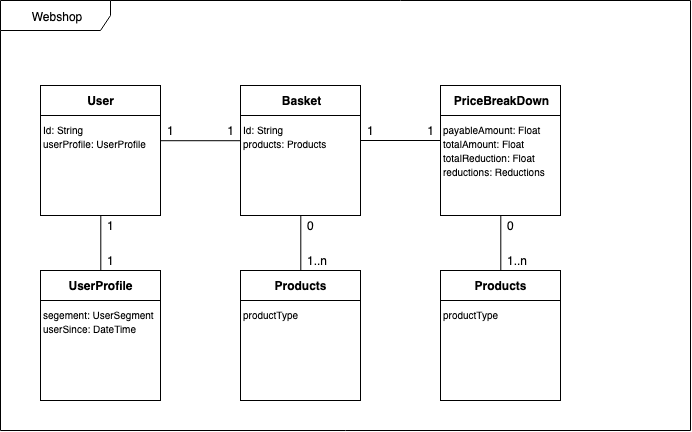
The draw.io diagram docs/img/class-diagram.png in plaenen/code-sample, before a commit. Source tidied: cells renumbered, new cells last; positions are measured from the earlier drawing's top-left corner, leaving out a move shared by most shapes. Source of this version:
```xml
<mxGraphModel>
  <root>
    <mxCell id="0" />
    <mxCell id="1" parent="0" />
    <mxCell id="2" value="Webshop" style="shape=umlFrame;whiteSpace=wrap;html=1;width=110;height=30;" parent="1" vertex="1">
      <mxGeometry width="690" height="430" as="geometry" />
    </mxCell>
    <mxCell id="3" style="group;" parent="1" vertex="1">
      <mxGeometry x="40" y="85" width="120" height="130" as="geometry" />
    </mxCell>
    <mxCell id="4" value="User" style="rounded=0;whiteSpace=wrap;html=1;fontStyle=1;" parent="3" vertex="1">
      <mxGeometry width="120" height="30" as="geometry" />
    </mxCell>
    <mxCell id="5" value="&lt;span style=&quot;font-weight: normal&quot;&gt;&lt;font style=&quot;font-size: 10px&quot;&gt;Id: String&lt;br&gt;userProfile: UserProfile&lt;/font&gt;&lt;br&gt;&lt;/span&gt;" style="rounded=0;whiteSpace=wrap;html=1;fontStyle=1;verticalAlign=top;align=left;" parent="3" vertex="1">
      <mxGeometry y="30" width="120" height="100" as="geometry" />
    </mxCell>
    <mxCell id="6" style="group;" parent="1" vertex="1">
      <mxGeometry x="240" y="85" width="120" height="130" as="geometry" />
    </mxCell>
    <mxCell id="7" value="Basket" style="rounded=0;whiteSpace=wrap;html=1;fontStyle=1;" parent="6" vertex="1">
      <mxGeometry width="120" height="30" as="geometry" />
    </mxCell>
    <mxCell id="8" value="&lt;span style=&quot;font-weight: normal&quot;&gt;&lt;font style=&quot;font-size: 10px&quot;&gt;Id: String&lt;br&gt;products: Products&amp;nbsp;&lt;/font&gt;&lt;br&gt;&lt;/span&gt;" style="rounded=0;whiteSpace=wrap;html=1;fontStyle=1;verticalAlign=top;align=left;" parent="6" vertex="1">
      <mxGeometry y="30" width="120" height="100" as="geometry" />
    </mxCell>
    <mxCell id="9" style="group;" parent="1" vertex="1">
      <mxGeometry x="240" y="270" width="120" height="130" as="geometry" />
    </mxCell>
    <mxCell id="10" value="Products" style="rounded=0;whiteSpace=wrap;html=1;fontStyle=1;" parent="9" vertex="1">
      <mxGeometry width="120" height="30" as="geometry" />
    </mxCell>
    <mxCell id="11" value="&lt;span style=&quot;font-weight: normal&quot;&gt;&lt;font style=&quot;font-size: 10px&quot;&gt;productType&lt;/font&gt;&lt;br&gt;&lt;/span&gt;" style="rounded=0;whiteSpace=wrap;html=1;fontStyle=1;verticalAlign=top;align=left;" parent="9" vertex="1">
      <mxGeometry y="30" width="120" height="100" as="geometry" />
    </mxCell>
    <mxCell id="12" style="edgeStyle=orthogonalEdgeStyle;rounded=0;jettySize=auto;html=1;exitX=0.5;exitY=1;exitDx=0;exitDy=0;entryX=0.5;entryY=0;entryDx=0;entryDy=0;endArrow=none;endFill=0;" parent="1" edge="1" source="8" target="10">
      <mxGeometry relative="1" as="geometry" />
    </mxCell>
    <mxCell id="13" value="1" style="text;html=1;strokeColor=none;fillColor=none;align=left;verticalAlign=middle;whiteSpace=wrap;rounded=0;" parent="1" vertex="1">
      <mxGeometry x="165" y="120" width="20" height="20" as="geometry" />
    </mxCell>
    <mxCell id="14" value="1..n" style="text;html=1;strokeColor=none;fillColor=none;align=left;verticalAlign=middle;whiteSpace=wrap;rounded=0;" parent="1" vertex="1">
      <mxGeometry x="305" y="250" width="30" height="20" as="geometry" />
    </mxCell>
    <mxCell id="15" style="edgeStyle=orthogonalEdgeStyle;rounded=0;jettySize=auto;html=1;exitX=1;exitY=0.25;exitDx=0;exitDy=0;entryX=0;entryY=0.25;entryDx=0;entryDy=0;endArrow=none;endFill=0;" parent="1" edge="1" source="5" target="8">
      <mxGeometry relative="1" as="geometry" />
    </mxCell>
    <mxCell id="16" value="1" style="text;html=1;strokeColor=none;fillColor=none;align=right;verticalAlign=middle;whiteSpace=wrap;rounded=0;" parent="1" vertex="1">
      <mxGeometry x="215" y="120" width="20" height="20" as="geometry" />
    </mxCell>
    <mxCell id="17" style="group;" parent="1" vertex="1">
      <mxGeometry x="40" y="270" width="120" height="130" as="geometry" />
    </mxCell>
    <mxCell id="18" value="UserProfile" style="rounded=0;whiteSpace=wrap;html=1;fontStyle=1;" parent="17" vertex="1">
      <mxGeometry width="120" height="30" as="geometry" />
    </mxCell>
    <mxCell id="19" value="&lt;span style=&quot;font-weight: normal&quot;&gt;&lt;font style=&quot;font-size: 10px&quot;&gt;segement: UserSegment&lt;br&gt;userSince: DateTime&lt;br&gt;&lt;/font&gt;&lt;/span&gt;" style="rounded=0;whiteSpace=wrap;html=1;fontStyle=1;verticalAlign=top;align=left;" parent="17" vertex="1">
      <mxGeometry y="30" width="120" height="100" as="geometry" />
    </mxCell>
    <mxCell id="20" style="edgeStyle=orthogonalEdgeStyle;rounded=0;jettySize=auto;html=1;exitX=0.5;exitY=1;exitDx=0;exitDy=0;entryX=0.5;entryY=0;entryDx=0;entryDy=0;endArrow=none;endFill=0;" parent="1" edge="1" source="5" target="18">
      <mxGeometry relative="1" as="geometry" />
    </mxCell>
    <mxCell id="21" value="1" style="text;html=1;strokeColor=none;fillColor=none;align=left;verticalAlign=middle;whiteSpace=wrap;rounded=0;" parent="1" vertex="1">
      <mxGeometry x="105" y="215" width="20" height="20" as="geometry" />
    </mxCell>
    <mxCell id="22" value="1" style="text;html=1;strokeColor=none;fillColor=none;align=left;verticalAlign=middle;whiteSpace=wrap;rounded=0;" parent="1" vertex="1">
      <mxGeometry x="105" y="250" width="20" height="20" as="geometry" />
    </mxCell>
    <mxCell id="23" value="0" style="text;html=1;strokeColor=none;fillColor=none;align=left;verticalAlign=middle;whiteSpace=wrap;rounded=0;" parent="1" vertex="1">
      <mxGeometry x="305" y="215" width="30" height="20" as="geometry" />
    </mxCell>
    <mxCell id="24" style="group;" parent="1" vertex="1">
      <mxGeometry x="440" y="85" width="120" height="130" as="geometry" />
    </mxCell>
    <mxCell id="25" value="PriceBreakDown" style="rounded=0;whiteSpace=wrap;html=1;fontStyle=1;" parent="24" vertex="1">
      <mxGeometry width="120" height="30" as="geometry" />
    </mxCell>
    <mxCell id="26" value="&lt;span style=&quot;font-weight: normal ; font-size: 10px&quot;&gt;&lt;span style=&quot;font-size: 10px&quot;&gt;payableAmount: Float&lt;br&gt;&lt;/span&gt;totalAmount: Float&lt;br&gt;totalReduction: Float&lt;br&gt;reductions: Reductions&lt;br&gt;&lt;/span&gt;" style="rounded=0;whiteSpace=wrap;html=1;fontStyle=1;verticalAlign=top;align=left;" parent="24" vertex="1">
      <mxGeometry y="30" width="120" height="100" as="geometry" />
    </mxCell>
    <mxCell id="27" value="1" style="text;html=1;strokeColor=none;fillColor=none;align=left;verticalAlign=middle;whiteSpace=wrap;rounded=0;" parent="1" vertex="1">
      <mxGeometry x="364.5" y="120" width="20" height="20" as="geometry" />
    </mxCell>
    <mxCell id="28" style="edgeStyle=orthogonalEdgeStyle;rounded=0;orthogonalLoop=1;jettySize=auto;html=1;exitX=1;exitY=0.25;exitDx=0;exitDy=0;entryX=0;entryY=0.25;entryDx=0;entryDy=0;endArrow=none;endFill=0;" parent="1" edge="1">
      <mxGeometry relative="1" as="geometry">
        <mxPoint x="359.8" y="140" as="sourcePoint" />
        <mxPoint x="439.8" y="140" as="targetPoint" />
      </mxGeometry>
    </mxCell>
    <mxCell id="29" value="1" style="text;html=1;strokeColor=none;fillColor=none;align=right;verticalAlign=middle;whiteSpace=wrap;rounded=0;" parent="1" vertex="1">
      <mxGeometry x="414.5" y="120" width="20" height="20" as="geometry" />
    </mxCell>
    <mxCell id="30" style="group;" parent="1" vertex="1">
      <mxGeometry x="440" y="270" width="120" height="130" as="geometry" />
    </mxCell>
    <mxCell id="31" value="Products" style="rounded=0;whiteSpace=wrap;html=1;fontStyle=1;" parent="30" vertex="1">
      <mxGeometry width="120" height="30" as="geometry" />
    </mxCell>
    <mxCell id="32" value="&lt;span style=&quot;font-weight: normal&quot;&gt;&lt;font style=&quot;font-size: 10px&quot;&gt;productType&lt;/font&gt;&lt;br&gt;&lt;/span&gt;" style="rounded=0;whiteSpace=wrap;html=1;fontStyle=1;verticalAlign=top;align=left;" parent="30" vertex="1">
      <mxGeometry y="30" width="120" height="100" as="geometry" />
    </mxCell>
    <mxCell id="33" value="1..n" style="text;html=1;strokeColor=none;fillColor=none;align=left;verticalAlign=middle;whiteSpace=wrap;rounded=0;" parent="1" vertex="1">
      <mxGeometry x="505" y="250" width="30" height="20" as="geometry" />
    </mxCell>
    <mxCell id="34" value="0" style="text;html=1;strokeColor=none;fillColor=none;align=left;verticalAlign=middle;whiteSpace=wrap;rounded=0;" parent="1" vertex="1">
      <mxGeometry x="505" y="215" width="30" height="20" as="geometry" />
    </mxCell>
    <mxCell id="35" style="edgeStyle=orthogonalEdgeStyle;rounded=0;jettySize=auto;html=1;exitX=0.5;exitY=1;exitDx=0;exitDy=0;entryX=0.5;entryY=0;entryDx=0;entryDy=0;endArrow=none;endFill=0;" parent="1" edge="1" source="26" target="31">
      <mxGeometry relative="1" as="geometry" />
    </mxCell>
  </root>
</mxGraphModel>
```
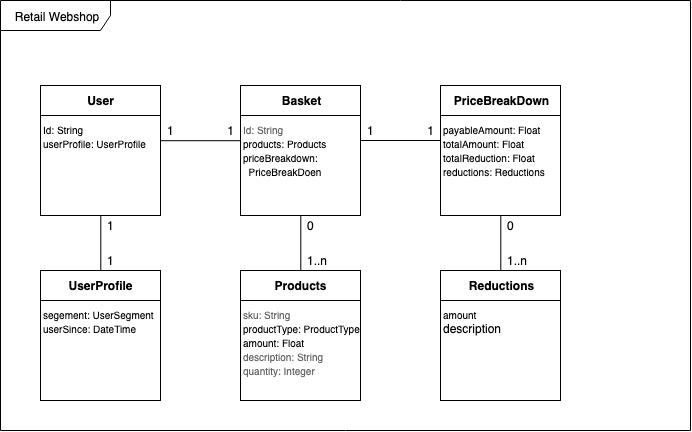
Above is the later version.

Commit message:
updated class diagram

The edit, as a diff of the source:
```diff
@@ -2,7 +2,7 @@
   <root>
     <mxCell id="0" />
     <mxCell id="1" parent="0" />
-    <mxCell id="2" value="Webshop" style="shape=umlFrame;whiteSpace=wrap;html=1;width=110;height=30;" parent="1" vertex="1">
+    <mxCell id="2" value="Retail Webshop" style="shape=umlFrame;whiteSpace=wrap;html=1;width=110;height=30;" parent="1" vertex="1">
       <mxGeometry width="690" height="430" as="geometry" />
     </mxCell>
     <mxCell id="3" style="group;" parent="1" vertex="1">
@@ -20,7 +20,7 @@
     <mxCell id="7" value="Basket" style="rounded=0;whiteSpace=wrap;html=1;fontStyle=1;" parent="6" vertex="1">
       <mxGeometry width="120" height="30" as="geometry" />
     </mxCell>
-    <mxCell id="8" value="&lt;span style=&quot;font-weight: normal&quot;&gt;&lt;font style=&quot;font-size: 10px&quot;&gt;Id: String&lt;br&gt;products: Products&amp;nbsp;&lt;/font&gt;&lt;br&gt;&lt;/span&gt;" style="rounded=0;whiteSpace=wrap;html=1;fontStyle=1;verticalAlign=top;align=left;" parent="6" vertex="1">
+    <mxCell id="8" value="&lt;span style=&quot;font-weight: normal ; font-size: 10px&quot;&gt;&lt;font style=&quot;font-size: 10px&quot;&gt;&lt;font color=&quot;#666666&quot;&gt;Id: String&lt;/font&gt;&lt;br&gt;products: Products&amp;nbsp;&lt;br&gt;&lt;/font&gt;priceBreakdown:&lt;br&gt;&amp;nbsp; PriceBreakDoen&lt;br&gt;&lt;/span&gt;" style="rounded=0;whiteSpace=wrap;html=1;fontStyle=1;verticalAlign=top;align=left;" parent="6" vertex="1">
       <mxGeometry y="30" width="120" height="100" as="geometry" />
     </mxCell>
     <mxCell id="9" style="group;" parent="1" vertex="1">
@@ -29,7 +29,7 @@
     <mxCell id="10" value="Products" style="rounded=0;whiteSpace=wrap;html=1;fontStyle=1;" parent="9" vertex="1">
       <mxGeometry width="120" height="30" as="geometry" />
     </mxCell>
-    <mxCell id="11" value="&lt;span style=&quot;font-weight: normal&quot;&gt;&lt;font style=&quot;font-size: 10px&quot;&gt;productType&lt;/font&gt;&lt;br&gt;&lt;/span&gt;" style="rounded=0;whiteSpace=wrap;html=1;fontStyle=1;verticalAlign=top;align=left;" parent="9" vertex="1">
+    <mxCell id="11" value="&lt;span style=&quot;font-weight: normal ; font-size: 10px&quot;&gt;&lt;font style=&quot;font-size: 10px&quot;&gt;&lt;font color=&quot;#666666&quot;&gt;sku: String&lt;/font&gt;&lt;br&gt;productType: ProductType&lt;br&gt;&lt;/font&gt;amount: Float&lt;br&gt;&lt;font color=&quot;#666666&quot;&gt;description: String&lt;br&gt;quantity: Integer&lt;/font&gt;&lt;br&gt;&lt;/span&gt;" style="rounded=0;whiteSpace=wrap;html=1;fontStyle=1;verticalAlign=top;align=left;" parent="9" vertex="1">
       <mxGeometry y="30" width="120" height="100" as="geometry" />
     </mxCell>
     <mxCell id="12" style="edgeStyle=orthogonalEdgeStyle;rounded=0;jettySize=auto;html=1;exitX=0.5;exitY=1;exitDx=0;exitDy=0;entryX=0.5;entryY=0;entryDx=0;entryDy=0;endArrow=none;endFill=0;" parent="1" edge="1" source="8" target="10">
@@ -92,10 +92,10 @@
     <mxCell id="30" style="group;" parent="1" vertex="1">
       <mxGeometry x="440" y="270" width="120" height="130" as="geometry" />
     </mxCell>
-    <mxCell id="31" value="Products" style="rounded=0;whiteSpace=wrap;html=1;fontStyle=1;" parent="30" vertex="1">
+    <mxCell id="31" value="Reductions" style="rounded=0;whiteSpace=wrap;html=1;fontStyle=1;" parent="30" vertex="1">
       <mxGeometry width="120" height="30" as="geometry" />
     </mxCell>
-    <mxCell id="32" value="&lt;span style=&quot;font-weight: normal&quot;&gt;&lt;font style=&quot;font-size: 10px&quot;&gt;productType&lt;/font&gt;&lt;br&gt;&lt;/span&gt;" style="rounded=0;whiteSpace=wrap;html=1;fontStyle=1;verticalAlign=top;align=left;" parent="30" vertex="1">
+    <mxCell id="32" value="&lt;span style=&quot;font-weight: normal&quot;&gt;&lt;font style=&quot;font-size: 10px&quot;&gt;amount&lt;br&gt;&lt;/font&gt;description&lt;br&gt;&lt;/span&gt;" style="rounded=0;whiteSpace=wrap;html=1;fontStyle=1;verticalAlign=top;align=left;" parent="30" vertex="1">
       <mxGeometry y="30" width="120" height="100" as="geometry" />
     </mxCell>
     <mxCell id="33" value="1..n" style="text;html=1;strokeColor=none;fillColor=none;align=left;verticalAlign=middle;whiteSpace=wrap;rounded=0;" parent="1" vertex="1">
```
